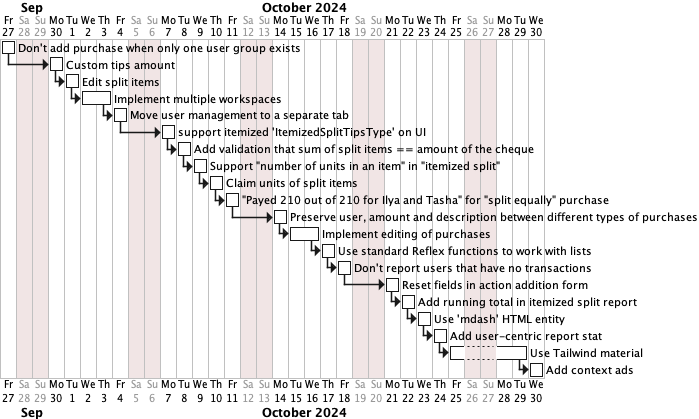
tellary/split keeps this PlantUML diagram as plan_after_release.png. Above is the earlier version.
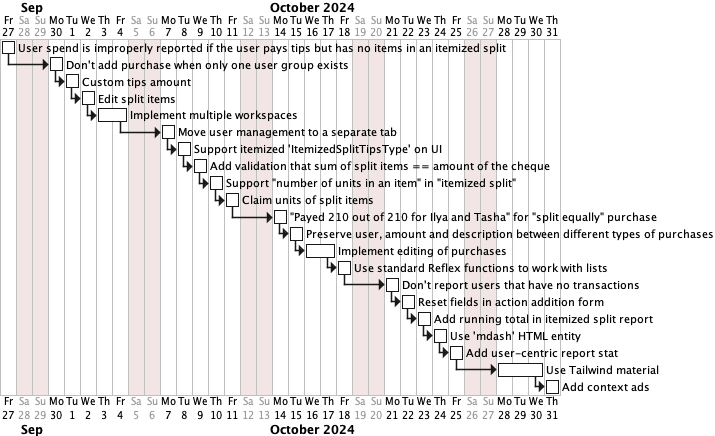
After the change.

Commit message:
Rename 'Purchase' to 'Expense'

Change to the diagram source:
```diff
@@ -4,12 +4,13 @@
 saturday are closed
 sunday are closed
 
-[Don't add purchase when only one user group exists] is 0% completed
+[User spend is improperly reported if the user pays tips but has no items in an itemized split] is 0% completed
+then [Don't add purchase when only one user group exists] is 0% completed
 then [Custom tips amount] is 0% completed
 then [Edit split items] is 0% completed
 then [Implement multiple workspaces] is 0% completed and requires 2 days and starts on 2024-08-21
 then [Move user management to a separate tab] is 0% completed
-then [support itemized 'ItemizedSplitTipsType' on UI] is 0% completed
+then [Support itemized 'ItemizedSplitTipsType' on UI] is 0% completed
 then [Add validation that sum of split items == amount of the cheque] is 0% completed
 then [Support "number of units in an item" in "itemized split"] is 0% completed
 then [Claim units of split items] is 0% completed
```
